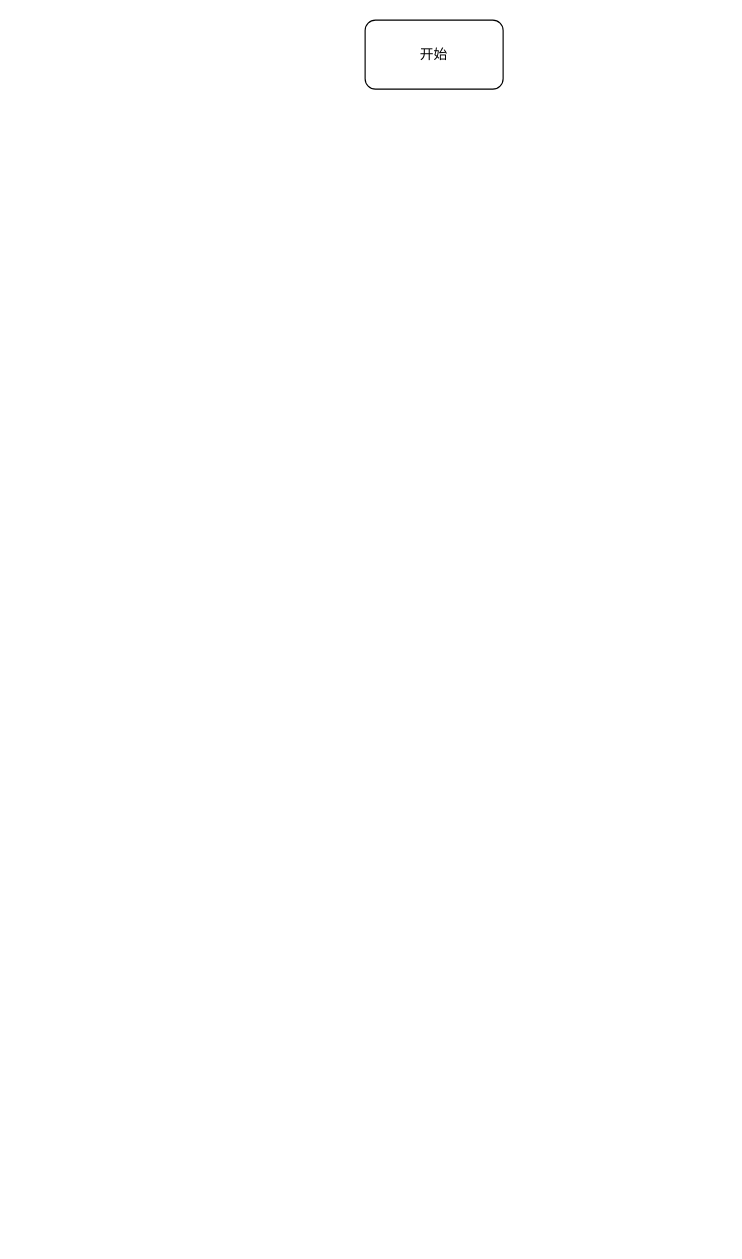
Before: 流程图.drawio in LieCoding/pwjkd, a draw.io diagram. Source tidied: cells renumbered, new cells numbered last; positions are measured from the earlier drawing's top-left corner, leaving out a move shared by most shapes. Both pictures are drawn from the tidied source at 115%, with x=0, y=0 at pixel (365, 20).
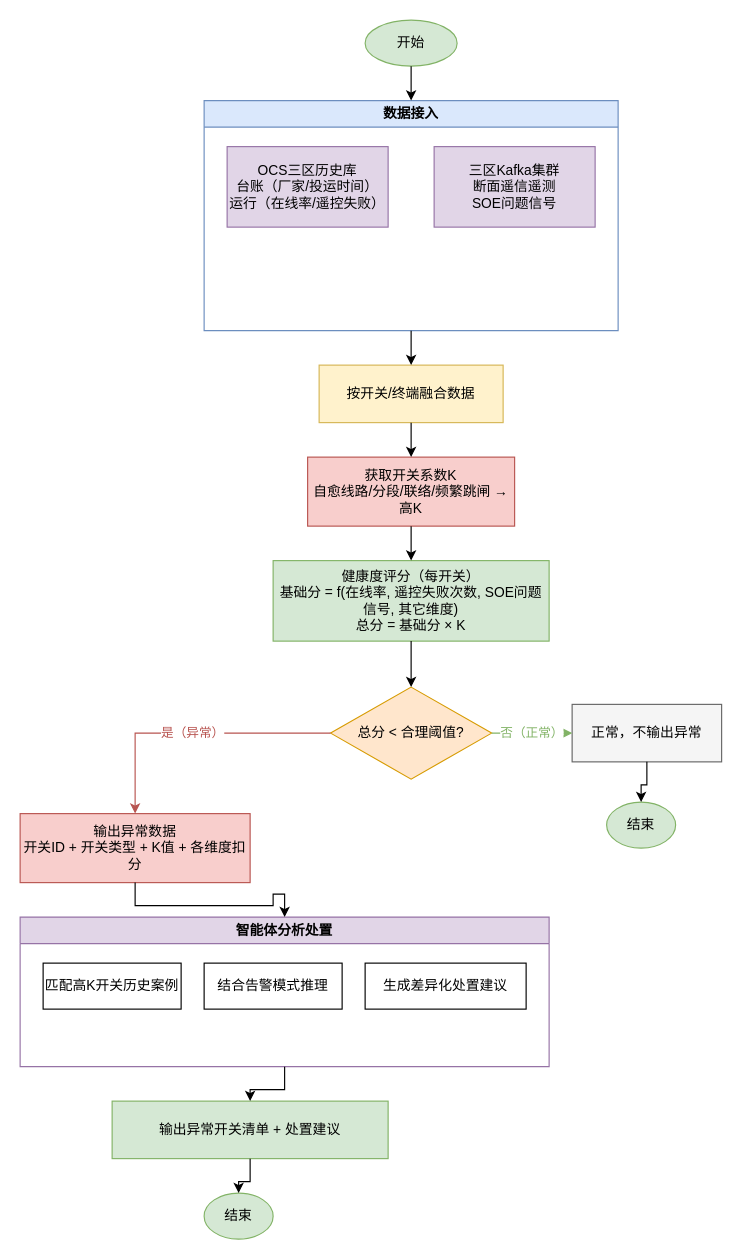
The same page after the edit.

Change to the diagram source:
```diff
@@
-    <mxCell id="2" value="开始" style="rounded=1;whiteSpace=wrap;html=1;" parent="1" vertex="1">
-      <mxGeometry width="120" height="60" as="geometry" />
+    <mxCell id="2" value="开始" style="ellipse;whiteSpace=wrap;html=1;fillColor=#d5e8d4;strokeColor=#82b366;" parent="1" vertex="1">
+      <mxGeometry width="80" height="40" as="geometry" />
     </mxCell>
+    <mxCell id="3" value="数据接入" style="swimlane;whiteSpace=wrap;html=1;fillColor=#dae8fc;strokeColor=#6c8ebf;" parent="1" vertex="1">
+      <mxGeometry x="-140" y="70" width="360" height="200" as="geometry" />
+    </mxCell>
+    <mxCell id="4" value="OCS三区历史库&#10;台账（厂家/投运时间）&#10;运行（在线率/遥控失败）" style="rounded=0;whiteSpace=wrap;html=1;fillColor=#e1d5e7;strokeColor=#9673a6;" parent="3" vertex="1">
+      <mxGeometry x="20" y="40" width="140" height="70" as="geometry" />
+    </mxCell>
+    <mxCell id="5" value="三区Kafka集群&#10;断面遥信遥测&#10;SOE问题信号" style="rounded=0;whiteSpace=wrap;html=1;fillColor=#e1d5e7;strokeColor=#9673a6;" parent="3" vertex="1">
+      <mxGeometry x="200" y="40" width="140" height="70" as="geometry" />
+    </mxCell>
+    <mxCell id="6" value="按开关/终端融合数据" style="rounded=0;whiteSpace=wrap;html=1;fillColor=#fff2cc;strokeColor=#d6b656;" parent="1" vertex="1">
+      <mxGeometry x="-40" y="300" width="160" height="50" as="geometry" />
+    </mxCell>
+    <mxCell id="7" value="获取开关系数K&#10;自愈线路/分段/联络/频繁跳闸 → 高K" style="rounded=0;whiteSpace=wrap;html=1;fillColor=#f8cecc;strokeColor=#b85450;" parent="1" vertex="1">
+      <mxGeometry x="-50" y="380" width="180" height="60" as="geometry" />
+    </mxCell>
+    <mxCell id="8" value="健康度评分（每开关）&#10;基础分 = f(在线率, 遥控失败次数, SOE问题信号, 其它维度)&#10;总分 = 基础分 × K" style="rounded=0;whiteSpace=wrap;html=1;fillColor=#d5e8d4;strokeColor=#82b366;" parent="1" vertex="1">
+      <mxGeometry x="-80" y="470" width="240" height="70" as="geometry" />
+    </mxCell>
+    <mxCell id="9" value="总分 &lt; 合理阈值?" style="rhombus;whiteSpace=wrap;html=1;fillColor=#ffe6cc;strokeColor=#d79b00;" parent="1" vertex="1">
+      <mxGeometry x="-30" y="580" width="140" height="80" as="geometry" />
+    </mxCell>
+    <mxCell id="10" value="正常，不输出异常" style="rounded=0;whiteSpace=wrap;html=1;fillColor=#f5f5f5;strokeColor=#666666;" parent="1" vertex="1">
+      <mxGeometry x="180" y="595" width="130" height="50" as="geometry" />
+    </mxCell>
+    <mxCell id="11" value="结束" style="ellipse;whiteSpace=wrap;html=1;fillColor=#d5e8d4;strokeColor=#82b366;" parent="1" vertex="1">
+      <mxGeometry x="210" y="680" width="60" height="40" as="geometry" />
+    </mxCell>
+    <mxCell id="12" value="输出异常数据&#10;开关ID + 开关类型 + K值 + 各维度扣分" style="rounded=0;whiteSpace=wrap;html=1;fillColor=#f8cecc;strokeColor=#b85450;" parent="1" vertex="1">
+      <mxGeometry x="-300" y="690" width="200" height="60" as="geometry" />
+    </mxCell>
+    <mxCell id="13" value="智能体分析处置" style="swimlane;whiteSpace=wrap;html=1;fillColor=#e1d5e7;strokeColor=#9673a6;" parent="1" vertex="1">
+      <mxGeometry x="-300" y="780" width="460" height="130" as="geometry" />
+    </mxCell>
+    <mxCell id="14" value="匹配高K开关历史案例" style="rounded=0;whiteSpace=wrap;html=1;" parent="13" vertex="1">
+      <mxGeometry x="20" y="40" width="120" height="40" as="geometry" />
+    </mxCell>
+    <mxCell id="15" value="结合告警模式推理" style="rounded=0;whiteSpace=wrap;html=1;" parent="13" vertex="1">
+      <mxGeometry x="160" y="40" width="120" height="40" as="geometry" />
+    </mxCell>
+    <mxCell id="16" value="生成差异化处置建议" style="rounded=0;whiteSpace=wrap;html=1;" parent="13" vertex="1">
+      <mxGeometry x="300" y="40" width="140" height="40" as="geometry" />
+    </mxCell>
+    <mxCell id="17" value="输出异常开关清单 + 处置建议" style="rounded=0;whiteSpace=wrap;html=1;fillColor=#d5e8d4;strokeColor=#82b366;" parent="1" vertex="1">
+      <mxGeometry x="-220" y="940" width="240" height="50" as="geometry" />
+    </mxCell>
+    <mxCell id="18" value="结束" style="ellipse;whiteSpace=wrap;html=1;fillColor=#d5e8d4;strokeColor=#82b366;" parent="1" vertex="1">
+      <mxGeometry x="-140" y="1020" width="60" height="40" as="geometry" />
+    </mxCell>
+    <mxCell id="19" style="edgeStyle=orthogonalEdgeStyle;rounded=0;jettySize=auto;html=1;" parent="1" edge="1" source="2" target="3">
+      <mxGeometry relative="1" as="geometry" />
+    </mxCell>
+    <mxCell id="20" style="edgeStyle=orthogonalEdgeStyle;rounded=0;jettySize=auto;html=1;" parent="1" edge="1" source="3" target="6">
+      <mxGeometry relative="1" as="geometry" />
+    </mxCell>
+    <mxCell id="21" style="edgeStyle=orthogonalEdgeStyle;rounded=0;jettySize=auto;html=1;" parent="1" edge="1" source="6" target="7">
+      <mxGeometry relative="1" as="geometry" />
+    </mxCell>
+    <mxCell id="22" style="edgeStyle=orthogonalEdgeStyle;rounded=0;jettySize=auto;html=1;" parent="1" edge="1" source="7" target="8">
+      <mxGeometry relative="1" as="geometry" />
+    </mxCell>
+    <mxCell id="23" style="edgeStyle=orthogonalEdgeStyle;rounded=0;jettySize=auto;html=1;" parent="1" edge="1" source="8" target="9">
+      <mxGeometry relative="1" as="geometry" />
+    </mxCell>
+    <mxCell id="24" value="是（异常）" style="edgeStyle=orthogonalEdgeStyle;rounded=0;jettySize=auto;html=1;strokeColor=#b85450;fontColor=#b85450;" parent="1" edge="1" source="9" target="12">
+      <mxGeometry relative="1" as="geometry" />
+    </mxCell>
+    <mxCell id="25" value="否（正常）" style="edgeStyle=orthogonalEdgeStyle;rounded=0;jettySize=auto;html=1;strokeColor=#82b366;fontColor=#82b366;" parent="1" edge="1" source="9" target="10">
+      <mxGeometry relative="1" as="geometry" />
+    </mxCell>
+    <mxCell id="26" style="edgeStyle=orthogonalEdgeStyle;rounded=0;jettySize=auto;html=1;" parent="1" edge="1" source="10" target="11">
+      <mxGeometry relative="1" as="geometry" />
+    </mxCell>
+    <mxCell id="27" style="edgeStyle=orthogonalEdgeStyle;rounded=0;jettySize=auto;html=1;" parent="1" edge="1" source="12" target="13">
+      <mxGeometry relative="1" as="geometry" />
+    </mxCell>
+    <mxCell id="28" style="edgeStyle=orthogonalEdgeStyle;rounded=0;jettySize=auto;html=1;" parent="1" edge="1" source="13" target="17">
+      <mxGeometry relative="1" as="geometry" />
+    </mxCell>
+    <mxCell id="29" style="edgeStyle=orthogonalEdgeStyle;rounded=0;jettySize=auto;html=1;" parent="1" edge="1" source="17" target="18">
+      <mxGeometry relative="1" as="geometry" />
+    </mxCell>
```
